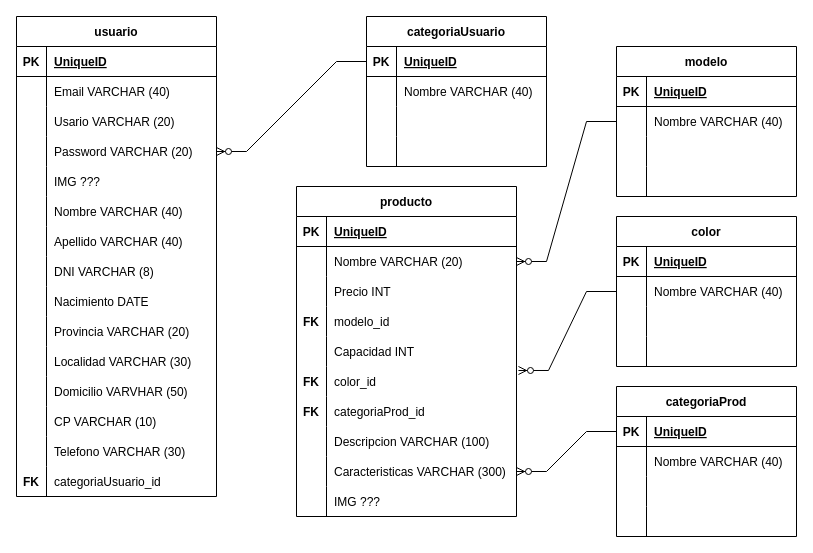
The draw.io diagram public/Oh my Apple.drawio in maticagnin/grupo_6_ohmyapple, before the edit. Source tidied: cells renumbered, new cells numbered last; positions are measured from the earlier drawing's top-left corner, leaving out a move shared by most shapes. Both pictures are drawn from the tidied source at 100%, with x=0, y=0 at pixel (16, 16).
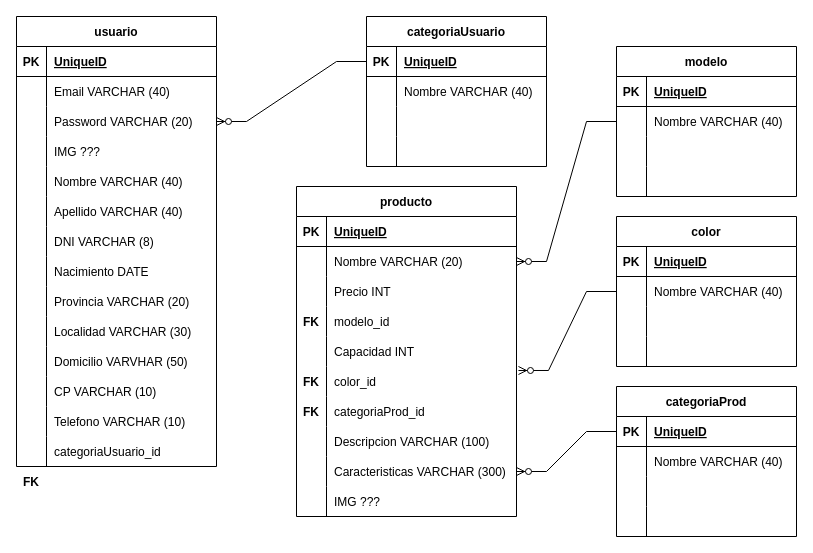
The same page after the edit.

Change to the diagram source:
```diff
@@
     <mxCell id="2" value="usuario" style="shape=table;startSize=30;childLayout=tableLayout;rowLines=0;fontStyle=1;align=center;" parent="1" vertex="1">
-      <mxGeometry width="200" height="480" as="geometry" />
+      <mxGeometry width="200" height="450" as="geometry" />
     </mxCell>
@@
-    <mxCell id="9" style="shape=tableRow;horizontal=0;startSize=0;swimlaneHead=0;swimlaneBody=0;fillColor=none;top=0;left=0;right=0;bottom=0;" parent="2" vertex="1">
-      <mxGeometry y="90" width="200" height="30" as="geometry" />
-    </mxCell>
-    <mxCell id="10" style="shape=partialRectangle;fillColor=none;top=0;left=0;bottom=0;right=0;overflow=hidden;" parent="9" vertex="1">
-      <mxGeometry width="30" height="30" as="geometry" />
-    </mxCell>
-    <mxCell id="11" value="Usario VARCHAR (20)" style="shape=partialRectangle;fillColor=none;top=0;left=0;bottom=0;right=0;align=left;spacingLeft=6;overflow=hidden;" parent="9" vertex="1">
-      <mxGeometry x="30" width="170" height="30" as="geometry" />
-    </mxCell>
     <mxCell id="12" style="shape=tableRow;horizontal=0;startSize=0;swimlaneHead=0;swimlaneBody=0;fillColor=none;points=[[0,0.5],[1,0.5]];portConstraint=eastwest;top=0;left=0;right=0;bottom=0;" parent="2" vertex="1">
-      <mxGeometry y="120" width="200" height="30" as="geometry" />
+      <mxGeometry y="90" width="200" height="30" as="geometry" />
     </mxCell>
@@
     <mxCell id="15" style="shape=tableRow;horizontal=0;startSize=0;swimlaneHead=0;swimlaneBody=0;fillColor=none;top=0;left=0;right=0;bottom=0;" parent="2" vertex="1">
-      <mxGeometry y="150" width="200" height="30" as="geometry" />
+      <mxGeometry y="120" width="200" height="30" as="geometry" />
     </mxCell>
@@
     <mxCell id="18" style="shape=tableRow;horizontal=0;startSize=0;swimlaneHead=0;swimlaneBody=0;fillColor=none;top=0;left=0;right=0;bottom=0;" parent="2" vertex="1">
-      <mxGeometry y="180" width="200" height="30" as="geometry" />
+      <mxGeometry y="150" width="200" height="30" as="geometry" />
     </mxCell>
@@
     <mxCell id="21" style="shape=tableRow;horizontal=0;startSize=0;swimlaneHead=0;swimlaneBody=0;fillColor=none;top=0;left=0;right=0;bottom=0;" parent="2" vertex="1">
-      <mxGeometry y="210" width="200" height="30" as="geometry" />
+      <mxGeometry y="180" width="200" height="30" as="geometry" />
     </mxCell>
@@
     <mxCell id="24" style="shape=tableRow;horizontal=0;startSize=0;swimlaneHead=0;swimlaneBody=0;fillColor=none;top=0;left=0;right=0;bottom=0;" parent="2" vertex="1">
-      <mxGeometry y="240" width="200" height="30" as="geometry" />
+      <mxGeometry y="210" width="200" height="30" as="geometry" />
     </mxCell>
@@
     <mxCell id="27" style="shape=tableRow;horizontal=0;startSize=0;swimlaneHead=0;swimlaneBody=0;fillColor=none;top=0;left=0;right=0;bottom=0;" parent="2" vertex="1">
-      <mxGeometry y="270" width="200" height="30" as="geometry" />
+      <mxGeometry y="240" width="200" height="30" as="geometry" />
     </mxCell>
@@
     <mxCell id="30" style="shape=tableRow;horizontal=0;startSize=0;swimlaneHead=0;swimlaneBody=0;fillColor=none;top=0;left=0;right=0;bottom=0;" parent="2" vertex="1">
-      <mxGeometry y="300" width="200" height="30" as="geometry" />
+      <mxGeometry y="270" width="200" height="30" as="geometry" />
     </mxCell>
@@
     <mxCell id="33" style="shape=tableRow;horizontal=0;startSize=0;swimlaneHead=0;swimlaneBody=0;fillColor=none;top=0;left=0;right=0;bottom=0;" parent="2" vertex="1">
-      <mxGeometry y="330" width="200" height="30" as="geometry" />
+      <mxGeometry y="300" width="200" height="30" as="geometry" />
     </mxCell>
@@
     <mxCell id="36" style="shape=tableRow;horizontal=0;startSize=0;swimlaneHead=0;swimlaneBody=0;fillColor=none;top=0;left=0;right=0;bottom=0;" parent="2" vertex="1">
-      <mxGeometry y="360" width="200" height="30" as="geometry" />
+      <mxGeometry y="330" width="200" height="30" as="geometry" />
     </mxCell>
@@
     <mxCell id="39" style="shape=tableRow;horizontal=0;startSize=0;swimlaneHead=0;swimlaneBody=0;fillColor=none;top=0;left=0;right=0;bottom=0;" parent="2" vertex="1">
-      <mxGeometry y="390" width="200" height="30" as="geometry" />
+      <mxGeometry y="360" width="200" height="30" as="geometry" />
     </mxCell>
@@
     <mxCell id="42" style="shape=tableRow;horizontal=0;startSize=0;swimlaneHead=0;swimlaneBody=0;fillColor=none;top=0;left=0;right=0;bottom=0;" parent="2" vertex="1">
-      <mxGeometry y="420" width="200" height="30" as="geometry" />
+      <mxGeometry y="390" width="200" height="30" as="geometry" />
     </mxCell>
@@
-    <mxCell id="44" value="Telefono VARCHAR (30)" style="shape=partialRectangle;fillColor=none;top=0;left=0;bottom=0;right=0;align=left;spacingLeft=6;overflow=hidden;" parent="42" vertex="1">
+    <mxCell id="44" value="Telefono VARCHAR (10)" style="shape=partialRectangle;fillColor=none;top=0;left=0;bottom=0;right=0;align=left;spacingLeft=6;overflow=hidden;" parent="42" vertex="1">
       <mxGeometry x="30" width="170" height="30" as="geometry" />
     </mxCell>
     <mxCell id="45" style="shape=tableRow;horizontal=0;startSize=0;swimlaneHead=0;swimlaneBody=0;fillColor=none;top=0;left=0;right=0;bottom=0;" parent="2" vertex="1">
-      <mxGeometry y="450" width="200" height="30" as="geometry" />
+      <mxGeometry y="420" width="200" height="30" as="geometry" />
     </mxCell>
```
